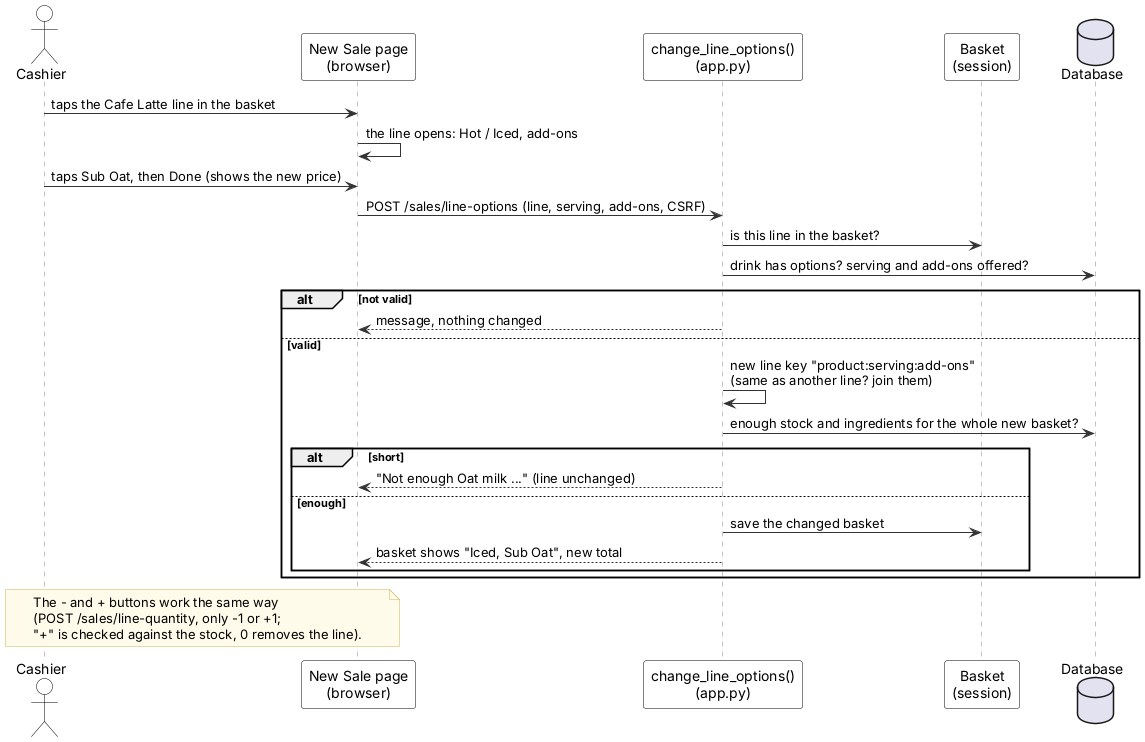
The PlantUML diagram diagrams/uml/17_seq_change_basket_line.png in JmlAsync/inventory-pos-system, before a commit.
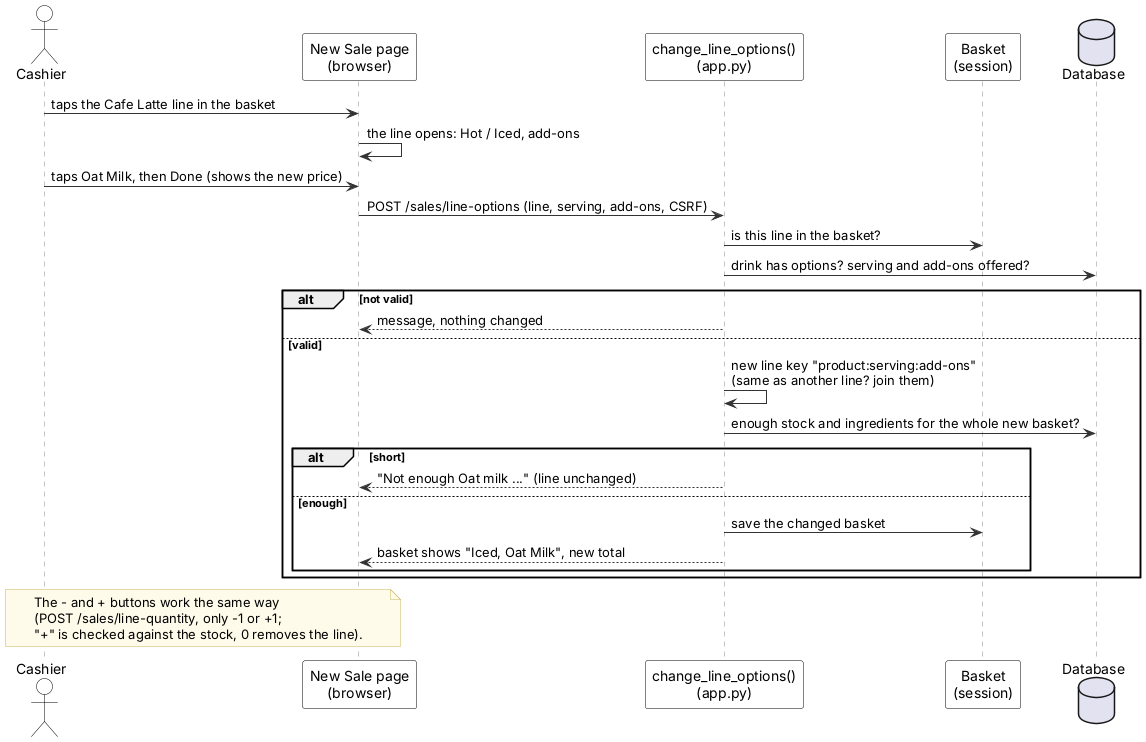
Later version of the same file.

The edit, as a diff of the source:
```diff
@@ -44,7 +44,7 @@
 database "Database" as DB
 Cashier -> UI : taps the Cafe Latte line in the basket
 UI -> UI : the line opens: Hot / Iced, add-ons
-Cashier -> UI : taps Sub Oat, then Done (shows the new price)
+Cashier -> UI : taps Oat Milk, then Done (shows the new price)
 UI -> C : POST /sales/line-options (line, serving, add-ons, CSRF)
 C -> S : is this line in the basket?
 C -> DB : drink has options? serving and add-ons offered?
@@ -57,7 +57,7 @@
     C --> UI : "Not enough Oat milk ..." (line unchanged)
   else enough
     C -> S : save the changed basket
-    C --> UI : basket shows "Iced, Sub Oat", new total
+    C --> UI : basket shows "Iced, Oat Milk", new total
   end
 end
 note over Cashier, UI
```
